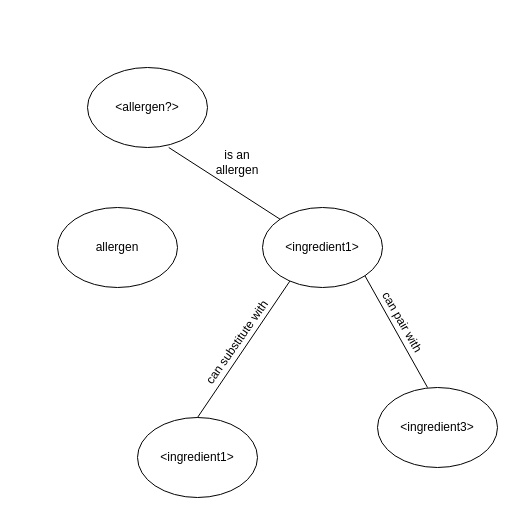
Earlier version of the draw.io diagram Knowledge Graph Sample.drawio (MonaJea-Ng/Projects). Source tidied: cells renumbered, new cells numbered last; positions are measured from the earlier drawing's top-left corner, leaving out a move shared by most shapes. Both pictures are drawn from the tidied source at 100%, with x=0, y=0 at pixel (57, 67).
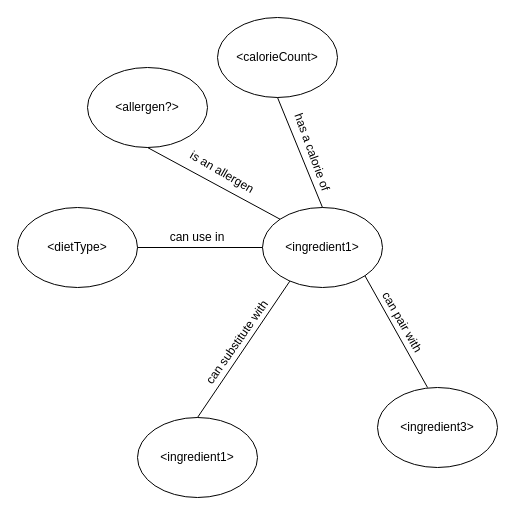
The same page after the edit.

The edit, as a diff of the source:
```diff
@@
 <mxGraphModel>
   <root>
     <mxCell id="0" />
     <mxCell id="1" parent="0" />
     <mxCell id="2" value="&amp;lt;ingredient1&amp;gt;" style="ellipse;whiteSpace=wrap;html=1;" parent="1" vertex="1">
       <mxGeometry x="205" y="140" width="120" height="80" as="geometry" />
     </mxCell>
     <mxCell id="3" value="&amp;lt;ingredient1&amp;gt;" style="ellipse;whiteSpace=wrap;html=1;" parent="1" vertex="1">
       <mxGeometry x="80" y="350" width="120" height="80" as="geometry" />
     </mxCell>
     <mxCell id="4" value="&amp;lt;ingredient3&amp;gt;" style="ellipse;whiteSpace=wrap;html=1;" parent="1" vertex="1">
       <mxGeometry x="320" y="320" width="120" height="80" as="geometry" />
     </mxCell>
     <mxCell id="5" style="endArrow=none;html=1;rounded=0;exitX=0.5;exitY=0;exitDx=0;exitDy=0;entryX=0.228;entryY=0.92;entryDx=0;entryDy=0;entryPerimeter=0;" parent="1" edge="1" source="3" target="2">
       <mxGeometry relative="1" as="geometry" />
     </mxCell>
     <mxCell id="6" style="endArrow=none;html=1;rounded=0;exitX=0.417;exitY=0;exitDx=0;exitDy=0;entryX=1;entryY=1;entryDx=0;entryDy=0;exitPerimeter=0;" parent="1" edge="1" source="4" target="2">
       <mxGeometry relative="1" as="geometry" />
     </mxCell>
     <mxCell id="7" value="&amp;lt;allergen?&amp;gt;" style="ellipse;whiteSpace=wrap;html=1;" parent="1" vertex="1">
       <mxGeometry x="30" width="120" height="80" as="geometry" />
     </mxCell>
-    <mxCell id="8" value="allergen" style="ellipse;whiteSpace=wrap;html=1;" parent="1" vertex="1">
-      <mxGeometry y="140" width="120" height="80" as="geometry" />
+    <mxCell id="8" value="&amp;lt;dietType&amp;gt;" style="ellipse;whiteSpace=wrap;html=1;" parent="1" vertex="1">
+      <mxGeometry x="-40" y="140" width="120" height="80" as="geometry" />
     </mxCell>
-    <mxCell id="9" style="endArrow=none;html=1;rounded=0;exitX=0;exitY=0;exitDx=0;exitDy=0;entryX=0.677;entryY=1;entryDx=0;entryDy=0;entryPerimeter=0;" parent="1" edge="1" source="2" target="7">
+    <mxCell id="9" style="endArrow=none;html=1;rounded=0;exitX=0;exitY=0;exitDx=0;exitDy=0;entryX=0.5;entryY=1;entryDx=0;entryDy=0;" parent="1" edge="1" source="2" target="7">
       <mxGeometry relative="1" as="geometry" />
     </mxCell>
-    <mxCell id="10" value="is an allergen" style="text;html=1;align=center;verticalAlign=middle;whiteSpace=wrap;rounded=0;" parent="1" vertex="1">
-      <mxGeometry x="150" y="80" width="60" height="30" as="geometry" />
+    <mxCell id="10" value="is an allergen" style="text;html=1;align=center;verticalAlign=middle;whiteSpace=wrap;rounded=0;rotation=30;" parent="1" vertex="1">
+      <mxGeometry x="125" y="90" width="80" height="30" as="geometry" />
     </mxCell>
     <mxCell id="11" value="can pair with" style="text;html=1;align=center;verticalAlign=middle;whiteSpace=wrap;rounded=0;rotation=60;" parent="1" vertex="1">
       <mxGeometry x="300" y="240" width="90" height="30" as="geometry" />
     </mxCell>
     <mxCell id="12" value="can substitute with" style="text;html=1;align=center;verticalAlign=middle;whiteSpace=wrap;rounded=0;rotation=-55;" parent="1" vertex="1">
       <mxGeometry x="120" y="260" width="120" height="30" as="geometry" />
     </mxCell>
+    <mxCell id="13" style="endArrow=none;html=1;rounded=0;exitX=1;exitY=0.5;exitDx=0;exitDy=0;entryX=0;entryY=0.5;entryDx=0;entryDy=0;" parent="1" edge="1" source="8" target="2">
+      <mxGeometry relative="1" as="geometry" />
+    </mxCell>
+    <mxCell id="14" value="can use in" style="text;html=1;align=center;verticalAlign=middle;whiteSpace=wrap;rounded=0;rotation=0;" parent="1" vertex="1">
+      <mxGeometry x="100" y="155" width="80" height="30" as="geometry" />
+    </mxCell>
+    <mxCell id="15" value="&amp;lt;calorieCount&amp;gt;" style="ellipse;whiteSpace=wrap;html=1;" parent="1" vertex="1">
+      <mxGeometry x="160" y="-50" width="120" height="80" as="geometry" />
+    </mxCell>
+    <mxCell id="16" style="endArrow=none;html=1;rounded=0;exitX=0.5;exitY=0;exitDx=0;exitDy=0;entryX=0.5;entryY=1;entryDx=0;entryDy=0;" parent="1" edge="1" source="2" target="15">
+      <mxGeometry relative="1" as="geometry" />
+    </mxCell>
+    <mxCell id="17" value="has a calorie of" style="text;html=1;align=center;verticalAlign=middle;whiteSpace=wrap;rounded=0;rotation=70;" parent="1" vertex="1">
+      <mxGeometry x="205" y="70" width="100" height="30" as="geometry" />
+    </mxCell>
   </root>
 </mxGraphModel>
```
